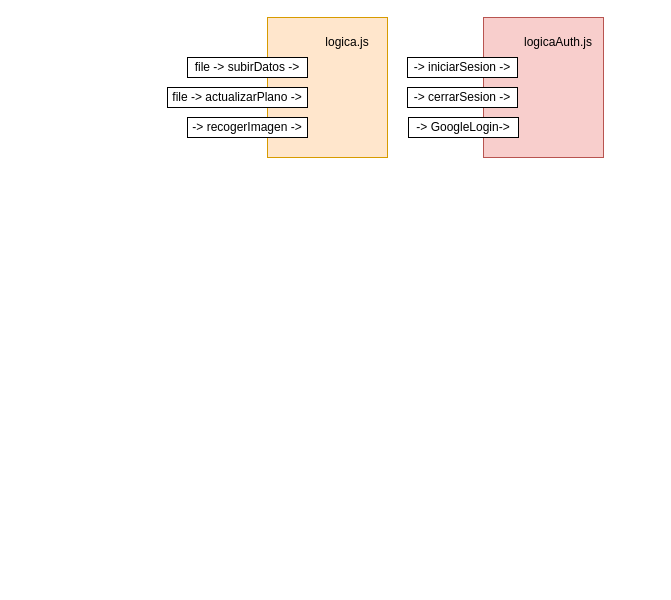
Above: doc/Logica.drawio in pdepau/hamponator_web (draw.io), before the change. Source tidied: cells renumbered, new cells numbered last; positions are measured from the earlier drawing's top-left corner, leaving out a move shared by most shapes. Both pictures are drawn from the tidied source at 100%, with x=0, y=0 at pixel (167, 17).
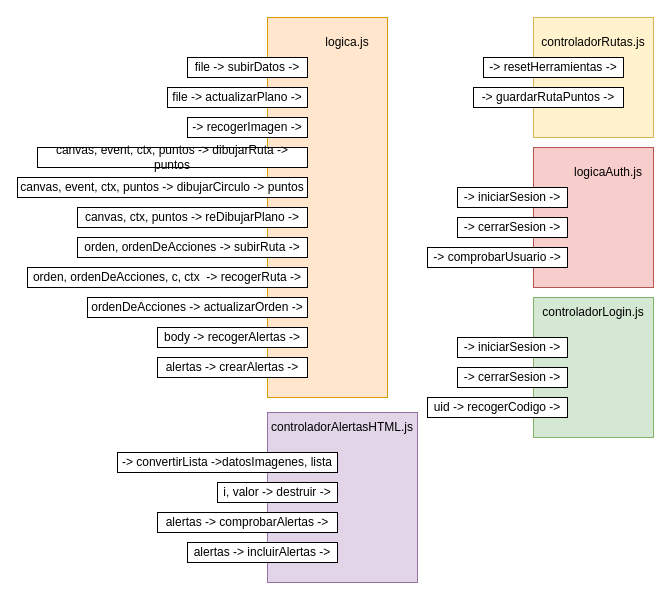
The same diagram, later.

Change to the diagram source:
```diff
@@
     <mxCell id="2" style="rounded=0;whiteSpace=wrap;html=1;fillColor=#ffe6cc;strokeColor=#d79b00;" parent="1" vertex="1">
-      <mxGeometry x="100" width="120" height="140" as="geometry" />
+      <mxGeometry x="100" width="120" height="380" as="geometry" />
     </mxCell>
@@
     <mxCell id="7" style="rounded=0;whiteSpace=wrap;html=1;fillColor=#f8cecc;strokeColor=#b85450;" parent="1" vertex="1">
-      <mxGeometry x="316" width="120" height="140" as="geometry" />
+      <mxGeometry x="366" y="130" width="120" height="140" as="geometry" />
     </mxCell>
     <mxCell id="8" value="&lt;div&gt;-&amp;gt; cerrarSesion -&amp;gt; &lt;br&gt;&lt;/div&gt;" style="rounded=0;whiteSpace=wrap;html=1;" parent="1" vertex="1">
-      <mxGeometry x="240" y="70" width="110" height="20" as="geometry" />
+      <mxGeometry x="290" y="200" width="110" height="20" as="geometry" />
     </mxCell>
     <mxCell id="9" value="&lt;div&gt;-&amp;gt; iniciarSesion -&amp;gt; &lt;br&gt;&lt;/div&gt;" style="rounded=0;whiteSpace=wrap;html=1;" parent="1" vertex="1">
-      <mxGeometry x="240" y="40" width="110" height="20" as="geometry" />
+      <mxGeometry x="290" y="170" width="110" height="20" as="geometry" />
     </mxCell>
-    <mxCell id="10" value="&lt;div&gt;-&amp;gt; GoogleLogin-&amp;gt;&lt;br&gt;&lt;/div&gt;" style="rounded=0;whiteSpace=wrap;html=1;" parent="1" vertex="1">
-      <mxGeometry x="241" y="100" width="110" height="20" as="geometry" />
-    </mxCell>
     <mxCell id="11" value="logicaAuth.js" style="text;html=1;strokeColor=none;fillColor=none;align=center;verticalAlign=middle;whiteSpace=wrap;rounded=0;" parent="1" vertex="1">
-      <mxGeometry x="356" y="10" width="70" height="30" as="geometry" />
+      <mxGeometry x="406" y="140" width="70" height="30" as="geometry" />
     </mxCell>
+    <mxCell id="12" value="&lt;div&gt;canvas, event, ctx, puntos -&amp;gt; dibujarRuta -&amp;gt; puntos&lt;/div&gt;" style="rounded=0;whiteSpace=wrap;html=1;" parent="1" vertex="1">
+      <mxGeometry x="-130" y="130" width="270" height="20" as="geometry" />
+    </mxCell>
+    <mxCell id="13" value="&lt;div&gt;canvas, event, ctx, puntos -&amp;gt; dibujarCirculo -&amp;gt; puntos&lt;/div&gt;" style="rounded=0;whiteSpace=wrap;html=1;" parent="1" vertex="1">
+      <mxGeometry x="-150" y="160" width="290" height="20" as="geometry" />
+    </mxCell>
+    <mxCell id="14" value="&lt;div&gt;canvas, ctx, puntos -&amp;gt; reDibujarPlano -&amp;gt; &lt;br&gt;&lt;/div&gt;" style="rounded=0;whiteSpace=wrap;html=1;" parent="1" vertex="1">
+      <mxGeometry x="-90" y="190" width="230" height="20" as="geometry" />
+    </mxCell>
+    <mxCell id="15" value="&lt;div&gt;orden, ordenDeAcciones -&amp;gt; subirRuta -&amp;gt; &lt;br&gt;&lt;/div&gt;" style="rounded=0;whiteSpace=wrap;html=1;" parent="1" vertex="1">
+      <mxGeometry x="-90" y="220" width="230" height="20" as="geometry" />
+    </mxCell>
+    <mxCell id="16" value="&lt;div&gt;orden, ordenDeAcciones, c, ctx&amp;nbsp; -&amp;gt; recogerRuta -&amp;gt; &lt;br&gt;&lt;/div&gt;" style="rounded=0;whiteSpace=wrap;html=1;" parent="1" vertex="1">
+      <mxGeometry x="-140" y="250" width="280" height="20" as="geometry" />
+    </mxCell>
+    <mxCell id="17" value="&lt;div&gt;ordenDeAcciones -&amp;gt; actualizarOrden -&amp;gt; &lt;br&gt;&lt;/div&gt;" style="rounded=0;whiteSpace=wrap;html=1;" parent="1" vertex="1">
+      <mxGeometry x="-80" y="280" width="220" height="20" as="geometry" />
+    </mxCell>
+    <mxCell id="18" value="&lt;div&gt;body -&amp;gt; recogerAlertas -&amp;gt; &lt;br&gt;&lt;/div&gt;" style="rounded=0;whiteSpace=wrap;html=1;" parent="1" vertex="1">
+      <mxGeometry x="-10" y="310" width="150" height="20" as="geometry" />
+    </mxCell>
+    <mxCell id="19" value="&lt;div&gt;alertas -&amp;gt; crearAlertas -&amp;gt; &lt;br&gt;&lt;/div&gt;" style="rounded=0;whiteSpace=wrap;html=1;" parent="1" vertex="1">
+      <mxGeometry x="-10" y="340" width="150" height="20" as="geometry" />
+    </mxCell>
+    <mxCell id="20" style="rounded=0;whiteSpace=wrap;html=1;fillColor=#fff2cc;strokeColor=#d6b656;" parent="1" vertex="1">
+      <mxGeometry x="366" width="120" height="120" as="geometry" />
+    </mxCell>
+    <mxCell id="21" value="controladorRutas.js" style="text;html=1;strokeColor=none;fillColor=none;align=center;verticalAlign=middle;whiteSpace=wrap;rounded=0;" parent="1" vertex="1">
+      <mxGeometry x="366" y="10" width="120" height="30" as="geometry" />
+    </mxCell>
+    <mxCell id="22" value="&lt;div&gt;-&amp;gt; resetHerramientas -&amp;gt; &lt;/div&gt;" style="rounded=0;whiteSpace=wrap;html=1;" parent="1" vertex="1">
+      <mxGeometry x="316" y="40" width="140" height="20" as="geometry" />
+    </mxCell>
+    <mxCell id="23" value="&lt;div&gt;-&amp;gt; guardarRutaPuntos -&amp;gt; &lt;/div&gt;" style="rounded=0;whiteSpace=wrap;html=1;" parent="1" vertex="1">
+      <mxGeometry x="306" y="70" width="150" height="20" as="geometry" />
+    </mxCell>
+    <mxCell id="24" style="rounded=0;whiteSpace=wrap;html=1;fillColor=#e1d5e7;strokeColor=#9673a6;" parent="1" vertex="1">
+      <mxGeometry x="100" y="395" width="150" height="170" as="geometry" />
+    </mxCell>
+    <mxCell id="25" value="controladorAlertasHTML.js" style="text;html=1;strokeColor=none;fillColor=none;align=center;verticalAlign=middle;whiteSpace=wrap;rounded=0;" parent="1" vertex="1">
+      <mxGeometry x="100" y="395" width="150" height="30" as="geometry" />
+    </mxCell>
+    <mxCell id="26" value="&lt;div&gt;-&amp;gt; convertirLista -&amp;gt;datosImagenes, lista&lt;br&gt;&lt;/div&gt;" style="rounded=0;whiteSpace=wrap;html=1;" parent="1" vertex="1">
+      <mxGeometry x="-50" y="435" width="220" height="20" as="geometry" />
+    </mxCell>
+    <mxCell id="27" value="&lt;div&gt;i, valor -&amp;gt; destruir -&amp;gt; &lt;/div&gt;" style="rounded=0;whiteSpace=wrap;html=1;" parent="1" vertex="1">
+      <mxGeometry x="50" y="465" width="120" height="20" as="geometry" />
+    </mxCell>
+    <mxCell id="28" value="&lt;div&gt;alertas -&amp;gt; comprobarAlertas -&amp;gt; &lt;/div&gt;" style="rounded=0;whiteSpace=wrap;html=1;" parent="1" vertex="1">
+      <mxGeometry x="-10" y="495" width="180" height="20" as="geometry" />
+    </mxCell>
+    <mxCell id="29" value="&lt;div&gt;alertas -&amp;gt; incluirAlertas -&amp;gt; &lt;/div&gt;" style="rounded=0;whiteSpace=wrap;html=1;" parent="1" vertex="1">
+      <mxGeometry x="20" y="525" width="150" height="20" as="geometry" />
+    </mxCell>
+    <mxCell id="30" value="&lt;div&gt;-&amp;gt; comprobarUsuario -&amp;gt; &lt;br&gt;&lt;/div&gt;" style="rounded=0;whiteSpace=wrap;html=1;" parent="1" vertex="1">
+      <mxGeometry x="260" y="230" width="140" height="20" as="geometry" />
+    </mxCell>
+    <mxCell id="31" style="rounded=0;whiteSpace=wrap;html=1;fillColor=#d5e8d4;strokeColor=#82b366;" parent="1" vertex="1">
+      <mxGeometry x="366" y="280" width="120" height="140" as="geometry" />
+    </mxCell>
+    <mxCell id="32" value="&lt;div&gt;-&amp;gt; cerrarSesion -&amp;gt; &lt;br&gt;&lt;/div&gt;" style="rounded=0;whiteSpace=wrap;html=1;" parent="1" vertex="1">
+      <mxGeometry x="290" y="350" width="110" height="20" as="geometry" />
+    </mxCell>
+    <mxCell id="33" value="&lt;div&gt;-&amp;gt; iniciarSesion -&amp;gt; &lt;br&gt;&lt;/div&gt;" style="rounded=0;whiteSpace=wrap;html=1;" parent="1" vertex="1">
+      <mxGeometry x="290" y="320" width="110" height="20" as="geometry" />
+    </mxCell>
+    <mxCell id="34" value="controladorLogin.js" style="text;html=1;strokeColor=none;fillColor=none;align=center;verticalAlign=middle;whiteSpace=wrap;rounded=0;" parent="1" vertex="1">
+      <mxGeometry x="366" y="280" width="120" height="30" as="geometry" />
+    </mxCell>
+    <mxCell id="35" value="&lt;div&gt;uid -&amp;gt; recogerCodigo -&amp;gt; &lt;br&gt;&lt;/div&gt;" style="rounded=0;whiteSpace=wrap;html=1;" parent="1" vertex="1">
+      <mxGeometry x="260" y="380" width="140" height="20" as="geometry" />
+    </mxCell>
```
